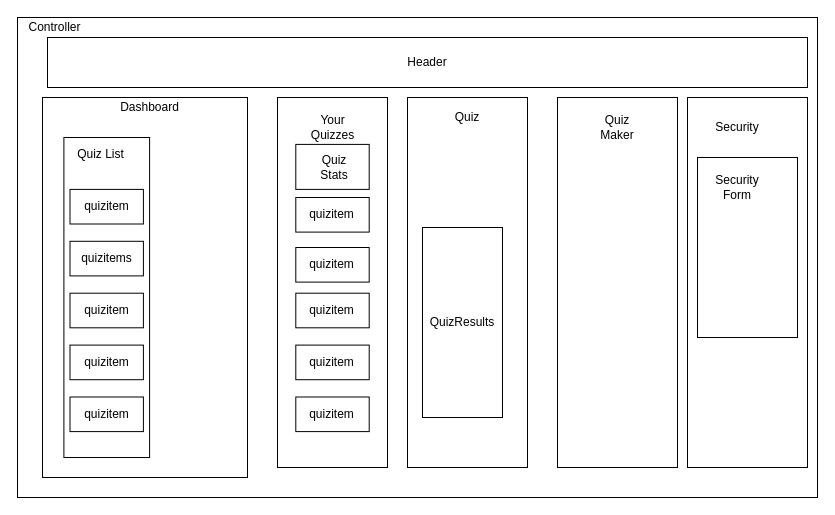
Before: Untitled Diagram.drawio in OkilyDokily/firestore-quiz-maker, a draw.io diagram. Source tidied: cells renumbered, new cells numbered last; positions are measured from the earlier drawing's top-left corner, leaving out a move shared by most shapes. Both pictures are drawn from the tidied source at 100%, with x=0, y=0 at pixel (17, 17).
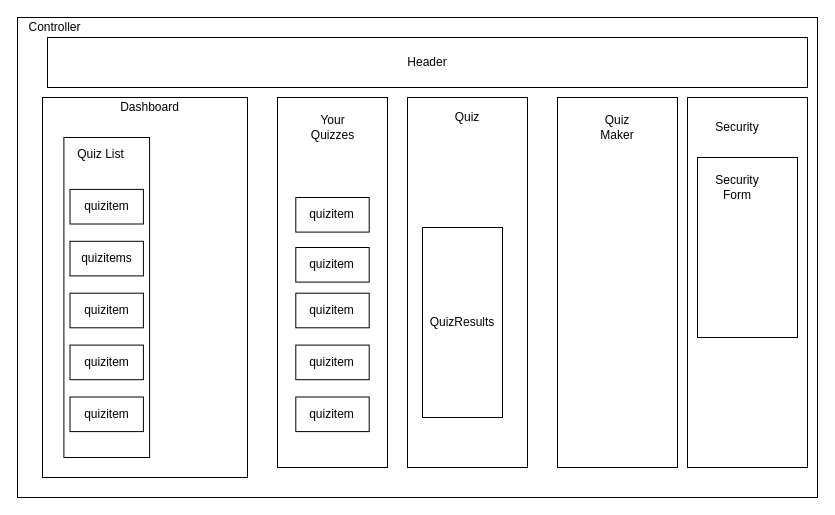
Above is the later version.

Diff of the diagram source:
```diff
@@
-    <mxCell id="31" style="rounded=0;whiteSpace=wrap;html=1;" parent="1" vertex="1">
-      <mxGeometry x="278.3" y="126.9" width="73.4" height="45" as="geometry" />
-    </mxCell>
-    <mxCell id="32" value="Quiz Stats" style="text;html=1;strokeColor=none;fillColor=none;align=center;verticalAlign=middle;whiteSpace=wrap;rounded=0;" parent="1" vertex="1">
-      <mxGeometry x="302.8" y="140" width="27.5" height="20" as="geometry" />
-    </mxCell>
```
